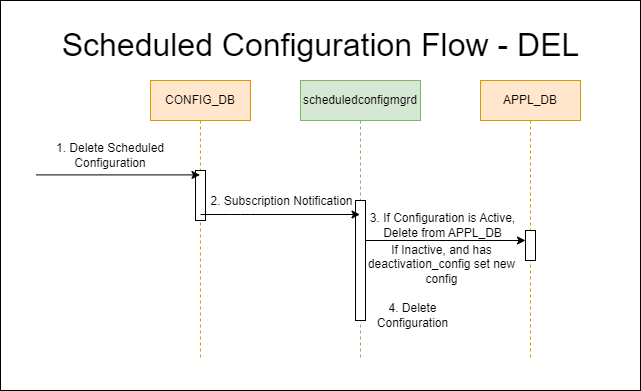
This is doc/scheduled-configurations/images/scheduled-configuration-flow-del.png from sonic-net/SONiC, a draw.io export, as it was before one commit. Source tidied: cells renumbered, new cells last; positions are measured from the earlier drawing's top-left corner, leaving out a move shared by most shapes.
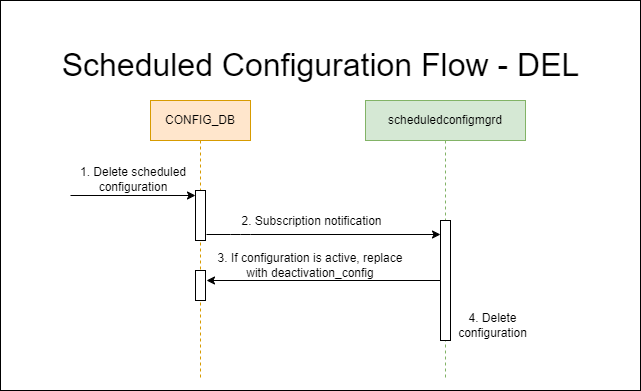
Above is the later version.

Commit message:
Redesign of Scheduled Configurations

What changed in the source:
```diff
@@ -3,7 +3,7 @@
     <mxCell id="0" />
     <mxCell id="1" parent="0" />
     <mxCell id="2" style="rounded=0;whiteSpace=wrap;html=1;" parent="1" vertex="1">
-      <mxGeometry width="640" height="390" as="geometry" />
+      <mxGeometry y="-20" width="640" height="390" as="geometry" />
     </mxCell>
     <mxCell id="3" value="CONFIG_DB" style="shape=umlLifeline;perimeter=lifelinePerimeter;whiteSpace=wrap;html=1;outlineConnect=0;fillColor=#ffe6cc;strokeColor=#d79b00;" parent="1" vertex="1">
       <mxGeometry x="150" y="80" width="100" height="280" as="geometry" />
@@ -11,57 +11,52 @@
     <mxCell id="4" style="html=1;perimeter=orthogonalPerimeter;" parent="3" vertex="1">
       <mxGeometry x="45" y="90" width="10" height="50" as="geometry" />
     </mxCell>
+    <mxCell id="12" style="html=1;perimeter=orthogonalPerimeter;" parent="3" vertex="1">
+      <mxGeometry x="45" y="170" width="10" height="30" as="geometry" />
+    </mxCell>
     <mxCell id="5" value="&lt;font style=&quot;font-size: 32px;&quot;&gt;Scheduled Configuration Flow - DEL&lt;/font&gt;" style="text;html=1;strokeColor=none;fillColor=none;align=center;verticalAlign=middle;whiteSpace=wrap;rounded=0;" parent="1" vertex="1">
       <mxGeometry x="32.5" y="30" width="575" height="30" as="geometry" />
     </mxCell>
     <mxCell id="6" value="scheduledconfigmgrd" style="shape=umlLifeline;perimeter=lifelinePerimeter;whiteSpace=wrap;html=1;fillColor=#d5e8d4;strokeColor=#82b366;" parent="1" vertex="1">
-      <mxGeometry x="300" y="80" width="120" height="280" as="geometry" />
+      <mxGeometry x="365" y="80" width="160" height="280" as="geometry" />
     </mxCell>
+    <mxCell id="8" style="html=1;perimeter=orthogonalPerimeter;" parent="6" vertex="1">
+      <mxGeometry x="75" y="120" width="10" height="120" as="geometry" />
+    </mxCell>
+    <mxCell id="13" value="4. Delete configuration" style="text;html=1;strokeColor=none;fillColor=none;align=center;verticalAlign=middle;whiteSpace=wrap;rounded=0;" parent="6" vertex="1">
+      <mxGeometry x="75" y="210" width="105" height="30" as="geometry" />
+    </mxCell>
-    <mxCell id="7" style="edgeStyle=none;html=1;exitX=0.1;exitY=0.088;exitDx=0;exitDy=0;exitPerimeter=0;" parent="1" edge="1" target="3">
+    <mxCell id="7" style="edgeStyle=none;html=1;exitX=0.1;exitY=0.088;exitDx=0;exitDy=0;exitPerimeter=0;" parent="1" edge="1">
       <mxGeometry relative="1" as="geometry">
-        <mxPoint x="36" y="174.4" as="sourcePoint" />
+        <mxPoint x="70" y="175" as="sourcePoint" />
+        <mxPoint x="195" y="175" as="targetPoint" />
       </mxGeometry>
     </mxCell>
-    <mxCell id="8" style="html=1;perimeter=orthogonalPerimeter;" parent="1" vertex="1">
-      <mxGeometry x="355" y="200" width="10" height="120" as="geometry" />
-    </mxCell>
     <mxCell id="9" style="edgeStyle=none;html=1;startArrow=none;" parent="1" edge="1">
       <mxGeometry relative="1" as="geometry">
-        <mxPoint x="200" y="214" as="sourcePoint" />
-        <mxPoint x="359.5" y="214" as="targetPoint" />
+        <mxPoint x="206" y="214" as="sourcePoint" />
+        <mxPoint x="440" y="214" as="targetPoint" />
         <Array as="points">
           <mxPoint x="240" y="214" />
         </Array>
       </mxGeometry>
     </mxCell>
-    <mxCell id="10" value="2. Subscription Notification" style="edgeLabel;html=1;align=center;verticalAlign=middle;fontSize=12;" parent="9" vertex="1">
+    <mxCell id="10" value="2. Subscription notification" style="edgeLabel;html=1;align=center;verticalAlign=middle;fontSize=12;" parent="9" vertex="1">
       <mxGeometry x="-0.36" y="-1" relative="1" as="geometry">
         <mxPoint x="29" y="-15" as="offset" />
       </mxGeometry>
     </mxCell>
-    <mxCell id="11" value="APPL_DB" style="shape=umlLifeline;perimeter=lifelinePerimeter;whiteSpace=wrap;html=1;fillColor=#ffe6cc;strokeColor=#d79b00;" parent="1" vertex="1">
-      <mxGeometry x="480" y="80" width="100" height="280" as="geometry" />
-    </mxCell>
-    <mxCell id="12" style="html=1;perimeter=orthogonalPerimeter;" parent="11" vertex="1">
-      <mxGeometry x="45" y="150" width="10" height="30" as="geometry" />
-    </mxCell>
-    <mxCell id="13" value="4. Delete Configuration" style="text;html=1;strokeColor=none;fillColor=none;align=center;verticalAlign=middle;whiteSpace=wrap;rounded=0;" parent="1" vertex="1">
-      <mxGeometry x="360" y="300" width="105" height="30" as="geometry" />
-    </mxCell>
-    <mxCell id="14" style="edgeStyle=none;html=1;exitX=0.1;exitY=0.088;exitDx=0;exitDy=0;exitPerimeter=0;" parent="1" edge="1">
+    <mxCell id="14" style="edgeStyle=none;html=1;" parent="1" edge="1">
       <mxGeometry relative="1" as="geometry">
-        <mxPoint x="365" y="240" as="sourcePoint" />
-        <mxPoint x="525" y="240" as="targetPoint" />
+        <mxPoint x="440" y="260" as="sourcePoint" />
+        <mxPoint x="206" y="260" as="targetPoint" />
       </mxGeometry>
     </mxCell>
-    <mxCell id="15" value="1. Delete Scheduled Configuration" style="text;html=1;strokeColor=none;fillColor=none;align=center;verticalAlign=middle;whiteSpace=wrap;rounded=0;" parent="1" vertex="1">
-      <mxGeometry x="30" y="140" width="160" height="30" as="geometry" />
+    <mxCell id="15" value="1. Delete scheduled configuration" style="text;html=1;strokeColor=none;fillColor=none;align=center;verticalAlign=middle;whiteSpace=wrap;rounded=0;" parent="1" vertex="1">
+      <mxGeometry x="53" y="144" width="160" height="30" as="geometry" />
     </mxCell>
-    <mxCell id="16" value="3. If Configuration is Active, Delete from APPL_DB" style="text;html=1;strokeColor=none;fillColor=none;align=center;verticalAlign=middle;whiteSpace=wrap;rounded=0;" parent="1" vertex="1">
-      <mxGeometry x="360" y="210" width="165" height="30" as="geometry" />
+    <mxCell id="16" value="3. If configuration is active, replace with deactivation_config" style="text;html=1;strokeColor=none;fillColor=none;align=center;verticalAlign=middle;whiteSpace=wrap;rounded=0;" parent="1" vertex="1">
+      <mxGeometry x="210" y="230" width="200" height="30" as="geometry" />
     </mxCell>
-    <mxCell id="17" value="If Inactive, and has deactivation_config set new config" style="text;html=1;strokeColor=none;fillColor=none;align=center;verticalAlign=middle;whiteSpace=wrap;rounded=0;" parent="1" vertex="1">
-      <mxGeometry x="359" y="249" width="165" height="30" as="geometry" />
-    </mxCell>
   </root>
 </mxGraphModel>
```
